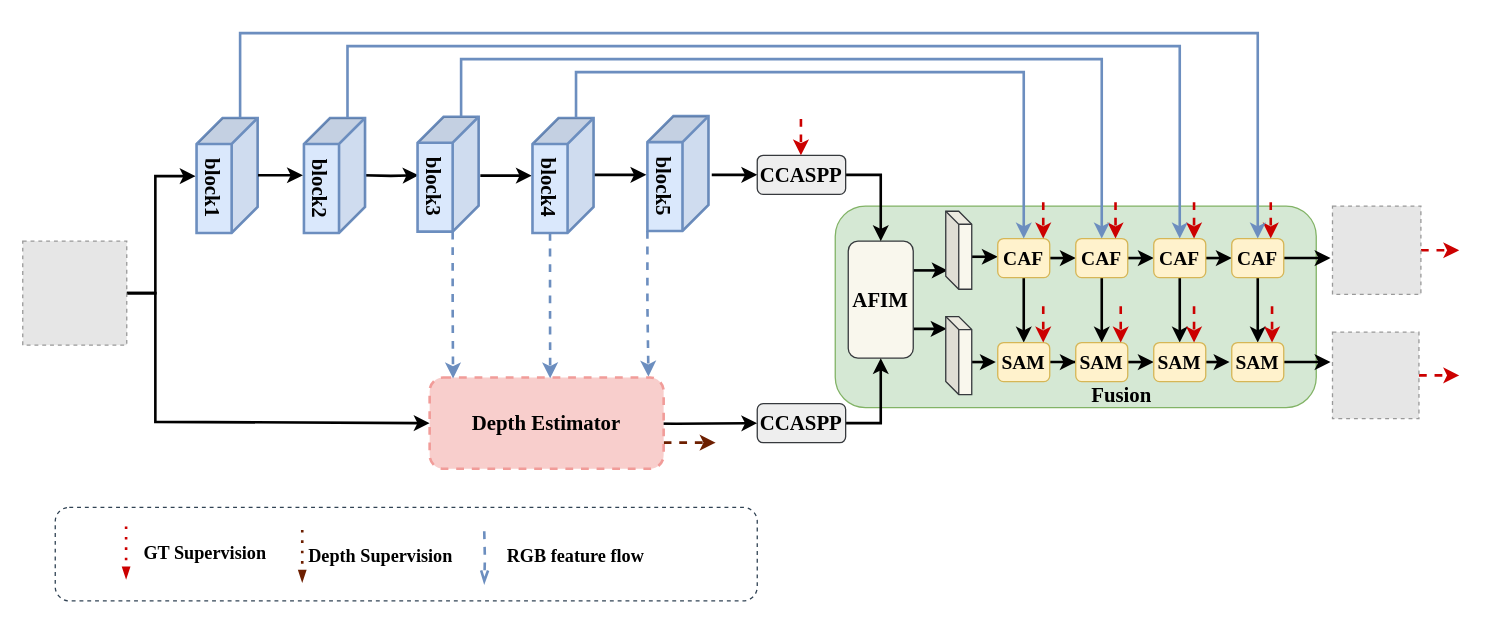
Hymhh/hymhh keeps this draw.io diagram as uta.drawio. Above is the earlier version. Source tidied: cells renumbered, new cells numbered last; positions are measured from the earlier drawing's top-left corner, leaving out a move shared by most shapes. Both pictures are drawn from the tidied source at 130%, with x=0, y=0 at pixel (22, 32). Pictures stored in the file or linked from it are replaced by grey dashed boxes.
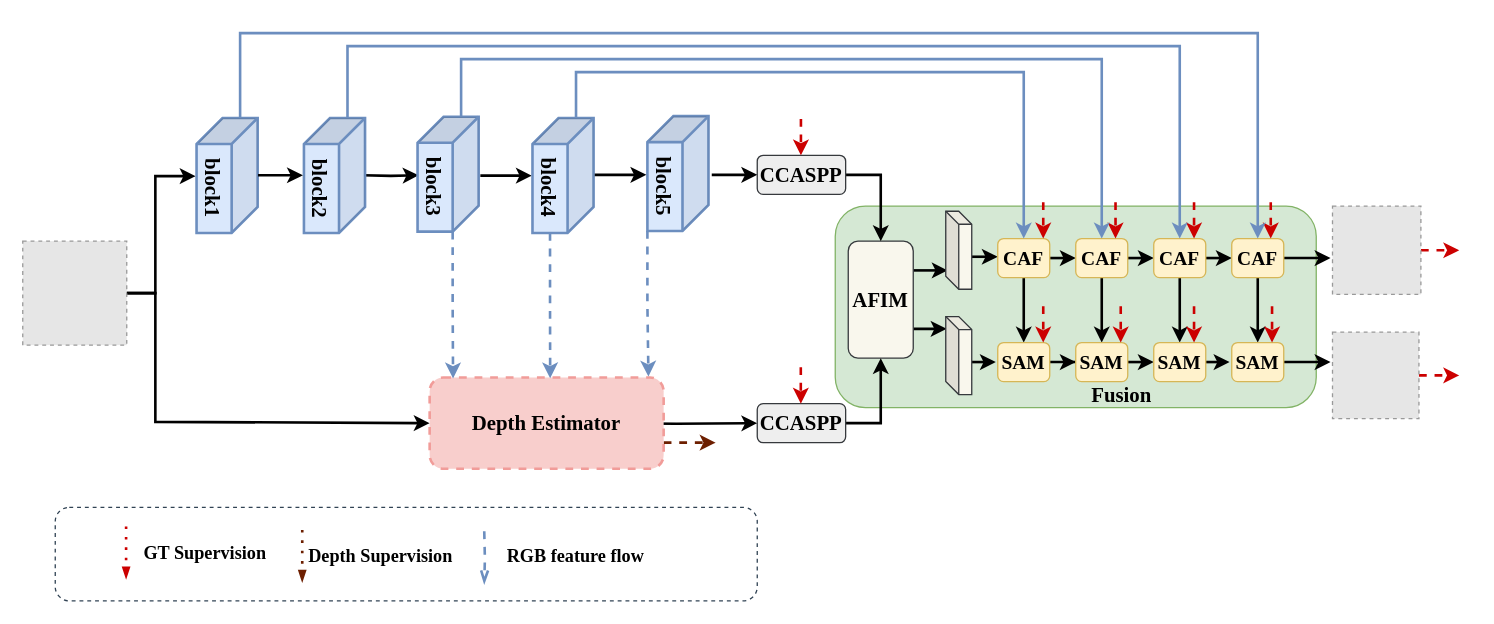
After the change.

Change to the diagram source:
```diff
@@
+    <mxCell id="78" style="endArrow=classic;html=1;rounded=0;dashed=1;strokeColor=#CC0000;strokeWidth=2;" parent="1" edge="1">
+      <mxGeometry relative="1" as="geometry">
+        <mxPoint x="598.5" y="257" as="sourcePoint" />
+        <mxPoint x="598.5" y="285" as="targetPoint" />
+        <Array as="points">
+          <mxPoint x="598.5" y="271" />
+        </Array>
+      </mxGeometry>
+    </mxCell>
```
